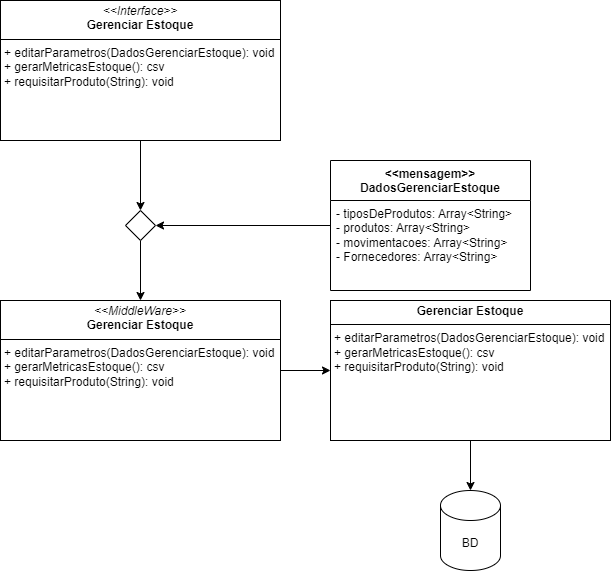
The draw.io diagram design/UMLGerenciarEstoque.drawio.png in WolWolffz/ThuderBass_Stock, before a commit. Source tidied: cells renumbered, new cells last; positions are measured from the earlier drawing's top-left corner, leaving out a move shared by most shapes. Its diagram source:
```xml
<mxGraphModel>
  <root>
    <mxCell id="0" />
    <mxCell id="1" parent="0" />
    <mxCell id="2" style="edgeStyle=orthogonalEdgeStyle;rounded=0;jettySize=auto;html=1;entryX=0.5;entryY=0;entryDx=0;entryDy=0;" parent="1" edge="1" source="3" target="8">
      <mxGeometry relative="1" as="geometry" />
    </mxCell>
    <mxCell id="3" value="&lt;p style=&quot;margin:0px;margin-top:4px;text-align:center;&quot;&gt;&lt;i&gt;&amp;lt;&amp;lt;Interface&amp;gt;&amp;gt;&lt;/i&gt;&lt;br&gt;&lt;b&gt;Gerenciar Estoque&lt;/b&gt;&lt;/p&gt;&lt;hr size=&quot;1&quot; style=&quot;border-style:solid;&quot;&gt;&lt;p style=&quot;margin:0px;margin-left:4px;&quot;&gt;+ editarParametros(DadosGerenciarEstoque): void&lt;br&gt;&lt;/p&gt;&lt;p style=&quot;margin:0px;margin-left:4px;&quot;&gt;+ gerarMetricasEstoque(): csv&lt;/p&gt;&lt;p style=&quot;margin:0px;margin-left:4px;&quot;&gt;+ requisitarProduto(String): void&lt;/p&gt;" style="verticalAlign=top;align=left;overflow=fill;html=1;whiteSpace=wrap;" parent="1" vertex="1">
      <mxGeometry width="280" height="140" as="geometry" />
    </mxCell>
    <mxCell id="4" style="edgeStyle=orthogonalEdgeStyle;rounded=0;jettySize=auto;html=1;entryX=1;entryY=0.5;entryDx=0;entryDy=0;" parent="1" edge="1" source="5" target="8">
      <mxGeometry relative="1" as="geometry" />
    </mxCell>
    <mxCell id="5" value="&amp;lt;&amp;lt;mensagem&amp;gt;&amp;gt;&lt;div&gt;DadosGerenciarEstoque&lt;/div&gt;" style="swimlane;fontStyle=1;align=center;verticalAlign=top;horizontal=1;startSize=40;whiteSpace=wrap;html=1;" parent="1" vertex="1">
      <mxGeometry x="330" y="160" width="200" height="130" as="geometry" />
    </mxCell>
    <mxCell id="6" value="&lt;div&gt;- tiposDeProdutos: Array&amp;lt;String&amp;gt;&lt;/div&gt;&lt;div&gt;- produtos: Array&amp;lt;String&amp;gt;&lt;/div&gt;&lt;div&gt;- movimentacoes: Array&amp;lt;String&amp;gt;&lt;/div&gt;&lt;div&gt;- Fornecedores: Array&amp;lt;String&amp;gt;&lt;/div&gt;" style="text;strokeColor=none;fillColor=none;align=left;verticalAlign=top;spacingLeft=4;spacingRight=4;overflow=hidden;whiteSpace=wrap;html=1;" parent="5" vertex="1">
      <mxGeometry y="40" width="200" height="90" as="geometry" />
    </mxCell>
    <mxCell id="7" style="edgeStyle=orthogonalEdgeStyle;rounded=0;jettySize=auto;html=1;entryX=0.5;entryY=0;entryDx=0;entryDy=0;" parent="1" edge="1" source="8" target="10">
      <mxGeometry relative="1" as="geometry" />
    </mxCell>
    <mxCell id="8" style="rhombus;whiteSpace=wrap;html=1;" parent="1" vertex="1">
      <mxGeometry x="125" y="210" width="30" height="30" as="geometry" />
    </mxCell>
    <mxCell id="9" style="edgeStyle=orthogonalEdgeStyle;rounded=0;jettySize=auto;html=1;" parent="1" edge="1" source="10" target="12">
      <mxGeometry relative="1" as="geometry" />
    </mxCell>
    <mxCell id="10" value="&lt;p style=&quot;margin:0px;margin-top:4px;text-align:center;&quot;&gt;&lt;i&gt;&amp;lt;&amp;lt;MiddleWare&amp;gt;&amp;gt;&lt;/i&gt;&lt;br&gt;&lt;b&gt;Gerenciar Estoque&lt;/b&gt;&lt;/p&gt;&lt;hr size=&quot;1&quot; style=&quot;border-style:solid;&quot;&gt;&lt;p style=&quot;margin:0px;margin-left:4px;&quot;&gt;+ editarParametros(DadosGerenciarEstoque): void&lt;br&gt;&lt;/p&gt;&lt;p style=&quot;margin:0px;margin-left:4px;&quot;&gt;+ gerarMetricasEstoque(): csv&lt;/p&gt;&lt;p style=&quot;margin:0px;margin-left:4px;&quot;&gt;+ requisitarProduto(String): void&lt;/p&gt;" style="verticalAlign=top;align=left;overflow=fill;html=1;whiteSpace=wrap;" parent="1" vertex="1">
      <mxGeometry y="300" width="280" height="140" as="geometry" />
    </mxCell>
    <mxCell id="11" style="edgeStyle=orthogonalEdgeStyle;rounded=0;jettySize=auto;html=1;exitX=0.5;exitY=1;exitDx=0;exitDy=0;startArrow=none;startFill=0;" parent="1" edge="1" source="12" target="13">
      <mxGeometry relative="1" as="geometry" />
    </mxCell>
    <mxCell id="12" value="&lt;p style=&quot;margin:0px;margin-top:4px;text-align:center;&quot;&gt;&lt;b&gt;Gerenciar Estoque&lt;/b&gt;&lt;/p&gt;&lt;hr size=&quot;1&quot; style=&quot;border-style:solid;&quot;&gt;&lt;p style=&quot;margin:0px;margin-left:4px;&quot;&gt;+ editarParametros(DadosGerenciarEstoque): void&lt;br&gt;&lt;/p&gt;&lt;p style=&quot;margin:0px;margin-left:4px;&quot;&gt;+ gerarMetricasEstoque(): csv&lt;/p&gt;&lt;p style=&quot;margin:0px;margin-left:4px;&quot;&gt;+ requisitarProduto(String): void&lt;/p&gt;" style="verticalAlign=top;align=left;overflow=fill;html=1;whiteSpace=wrap;" parent="1" vertex="1">
      <mxGeometry x="330" y="300" width="280" height="140" as="geometry" />
    </mxCell>
    <mxCell id="13" value="BD" style="shape=cylinder3;whiteSpace=wrap;html=1;boundedLbl=1;backgroundOutline=1;size=15;" parent="1" vertex="1">
      <mxGeometry x="440" y="490" width="60" height="80" as="geometry" />
    </mxCell>
  </root>
</mxGraphModel>
```
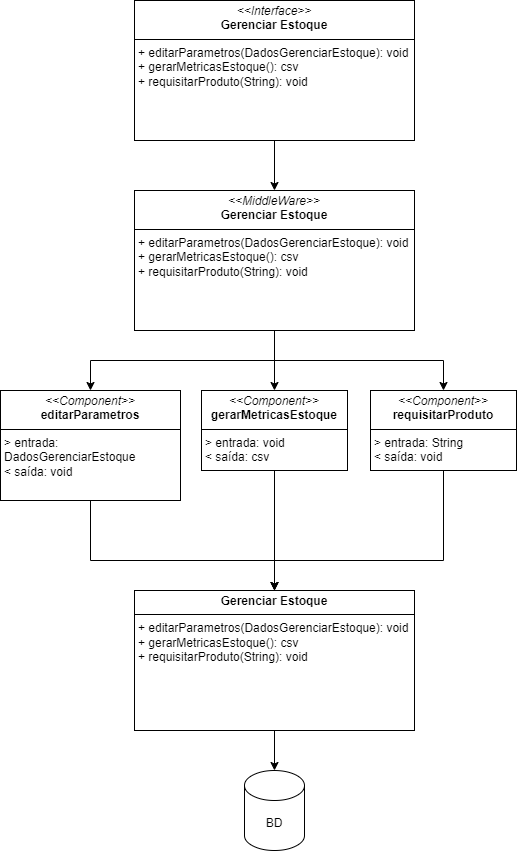
Later version of the same file.

Change to the diagram source:
```diff
@@ -2,41 +2,60 @@
   <root>
     <mxCell id="0" />
     <mxCell id="1" parent="0" />
-    <mxCell id="2" style="edgeStyle=orthogonalEdgeStyle;rounded=0;jettySize=auto;html=1;entryX=0.5;entryY=0;entryDx=0;entryDy=0;" parent="1" edge="1" source="3" target="8">
-      <mxGeometry relative="1" as="geometry" />
-    </mxCell>
+    <mxCell id="14" style="edgeStyle=orthogonalEdgeStyle;rounded=0;jettySize=auto;html=1;exitX=0.5;exitY=1;exitDx=0;exitDy=0;entryX=0.5;entryY=0;entryDx=0;entryDy=0;" parent="1" edge="1" source="3" target="10">
+      <mxGeometry relative="1" as="geometry" />
+    </mxCell>
     <mxCell id="3" value="&lt;p style=&quot;margin:0px;margin-top:4px;text-align:center;&quot;&gt;&lt;i&gt;&amp;lt;&amp;lt;Interface&amp;gt;&amp;gt;&lt;/i&gt;&lt;br&gt;&lt;b&gt;Gerenciar Estoque&lt;/b&gt;&lt;/p&gt;&lt;hr size=&quot;1&quot; style=&quot;border-style:solid;&quot;&gt;&lt;p style=&quot;margin:0px;margin-left:4px;&quot;&gt;+ editarParametros(DadosGerenciarEstoque): void&lt;br&gt;&lt;/p&gt;&lt;p style=&quot;margin:0px;margin-left:4px;&quot;&gt;+ gerarMetricasEstoque(): csv&lt;/p&gt;&lt;p style=&quot;margin:0px;margin-left:4px;&quot;&gt;+ requisitarProduto(String): void&lt;/p&gt;" style="verticalAlign=top;align=left;overflow=fill;html=1;whiteSpace=wrap;" parent="1" vertex="1">
-      <mxGeometry width="280" height="140" as="geometry" />
+      <mxGeometry x="124" y="-150" width="280" height="140" as="geometry" />
     </mxCell>
-    <mxCell id="4" style="edgeStyle=orthogonalEdgeStyle;rounded=0;jettySize=auto;html=1;entryX=1;entryY=0.5;entryDx=0;entryDy=0;" parent="1" edge="1" source="5" target="8">
-      <mxGeometry relative="1" as="geometry" />
-    </mxCell>
-    <mxCell id="5" value="&amp;lt;&amp;lt;mensagem&amp;gt;&amp;gt;&lt;div&gt;DadosGerenciarEstoque&lt;/div&gt;" style="swimlane;fontStyle=1;align=center;verticalAlign=top;horizontal=1;startSize=40;whiteSpace=wrap;html=1;" parent="1" vertex="1">
-      <mxGeometry x="330" y="160" width="200" height="130" as="geometry" />
-    </mxCell>
-    <mxCell id="6" value="&lt;div&gt;- tiposDeProdutos: Array&amp;lt;String&amp;gt;&lt;/div&gt;&lt;div&gt;- produtos: Array&amp;lt;String&amp;gt;&lt;/div&gt;&lt;div&gt;- movimentacoes: Array&amp;lt;String&amp;gt;&lt;/div&gt;&lt;div&gt;- Fornecedores: Array&amp;lt;String&amp;gt;&lt;/div&gt;" style="text;strokeColor=none;fillColor=none;align=left;verticalAlign=top;spacingLeft=4;spacingRight=4;overflow=hidden;whiteSpace=wrap;html=1;" parent="5" vertex="1">
-      <mxGeometry y="40" width="200" height="90" as="geometry" />
-    </mxCell>
-    <mxCell id="7" style="edgeStyle=orthogonalEdgeStyle;rounded=0;jettySize=auto;html=1;entryX=0.5;entryY=0;entryDx=0;entryDy=0;" parent="1" edge="1" source="8" target="10">
-      <mxGeometry relative="1" as="geometry" />
-    </mxCell>
-    <mxCell id="8" style="rhombus;whiteSpace=wrap;html=1;" parent="1" vertex="1">
-      <mxGeometry x="125" y="210" width="30" height="30" as="geometry" />
-    </mxCell>
-    <mxCell id="9" style="edgeStyle=orthogonalEdgeStyle;rounded=0;jettySize=auto;html=1;" parent="1" edge="1" source="10" target="12">
-      <mxGeometry relative="1" as="geometry" />
-    </mxCell>
+    <mxCell id="15" style="edgeStyle=orthogonalEdgeStyle;rounded=0;jettySize=auto;html=1;exitX=0.5;exitY=1;exitDx=0;exitDy=0;entryX=0.5;entryY=0;entryDx=0;entryDy=0;" parent="1" edge="1" source="10" target="19">
+      <mxGeometry relative="1" as="geometry" />
+    </mxCell>
+    <mxCell id="16" style="edgeStyle=orthogonalEdgeStyle;rounded=0;jettySize=auto;html=1;exitX=0.5;exitY=1;exitDx=0;exitDy=0;entryX=0.5;entryY=0;entryDx=0;entryDy=0;" parent="1" edge="1" source="10" target="23">
+      <mxGeometry relative="1" as="geometry" />
+    </mxCell>
+    <mxCell id="17" style="edgeStyle=orthogonalEdgeStyle;rounded=0;jettySize=auto;html=1;exitX=0.5;exitY=1;exitDx=0;exitDy=0;entryX=0.5;entryY=0;entryDx=0;entryDy=0;" parent="1" edge="1" source="10" target="21">
+      <mxGeometry relative="1" as="geometry" />
+    </mxCell>
     <mxCell id="10" value="&lt;p style=&quot;margin:0px;margin-top:4px;text-align:center;&quot;&gt;&lt;i&gt;&amp;lt;&amp;lt;MiddleWare&amp;gt;&amp;gt;&lt;/i&gt;&lt;br&gt;&lt;b&gt;Gerenciar Estoque&lt;/b&gt;&lt;/p&gt;&lt;hr size=&quot;1&quot; style=&quot;border-style:solid;&quot;&gt;&lt;p style=&quot;margin:0px;margin-left:4px;&quot;&gt;+ editarParametros(DadosGerenciarEstoque): void&lt;br&gt;&lt;/p&gt;&lt;p style=&quot;margin:0px;margin-left:4px;&quot;&gt;+ gerarMetricasEstoque(): csv&lt;/p&gt;&lt;p style=&quot;margin:0px;margin-left:4px;&quot;&gt;+ requisitarProduto(String): void&lt;/p&gt;" style="verticalAlign=top;align=left;overflow=fill;html=1;whiteSpace=wrap;" parent="1" vertex="1">
-      <mxGeometry y="300" width="280" height="140" as="geometry" />
+      <mxGeometry x="124" y="40" width="280" height="140" as="geometry" />
     </mxCell>
     <mxCell id="11" style="edgeStyle=orthogonalEdgeStyle;rounded=0;jettySize=auto;html=1;exitX=0.5;exitY=1;exitDx=0;exitDy=0;startArrow=none;startFill=0;" parent="1" edge="1" source="12" target="13">
       <mxGeometry relative="1" as="geometry" />
     </mxCell>
     <mxCell id="12" value="&lt;p style=&quot;margin:0px;margin-top:4px;text-align:center;&quot;&gt;&lt;b&gt;Gerenciar Estoque&lt;/b&gt;&lt;/p&gt;&lt;hr size=&quot;1&quot; style=&quot;border-style:solid;&quot;&gt;&lt;p style=&quot;margin:0px;margin-left:4px;&quot;&gt;+ editarParametros(DadosGerenciarEstoque): void&lt;br&gt;&lt;/p&gt;&lt;p style=&quot;margin:0px;margin-left:4px;&quot;&gt;+ gerarMetricasEstoque(): csv&lt;/p&gt;&lt;p style=&quot;margin:0px;margin-left:4px;&quot;&gt;+ requisitarProduto(String): void&lt;/p&gt;" style="verticalAlign=top;align=left;overflow=fill;html=1;whiteSpace=wrap;" parent="1" vertex="1">
-      <mxGeometry x="330" y="300" width="280" height="140" as="geometry" />
+      <mxGeometry x="124" y="440" width="280" height="140" as="geometry" />
     </mxCell>
     <mxCell id="13" value="BD" style="shape=cylinder3;whiteSpace=wrap;html=1;boundedLbl=1;backgroundOutline=1;size=15;" parent="1" vertex="1">
-      <mxGeometry x="440" y="490" width="60" height="80" as="geometry" />
+      <mxGeometry x="234" y="620" width="60" height="80" as="geometry" />
     </mxCell>
+    <mxCell id="18" style="edgeStyle=orthogonalEdgeStyle;rounded=0;jettySize=auto;html=1;exitX=0.5;exitY=1;exitDx=0;exitDy=0;entryX=0.5;entryY=0;entryDx=0;entryDy=0;" parent="1" edge="1" source="19" target="12">
+      <mxGeometry relative="1" as="geometry">
+        <Array as="points">
+          <mxPoint x="80" y="410" />
+          <mxPoint x="264" y="410" />
+        </Array>
+      </mxGeometry>
+    </mxCell>
+    <mxCell id="19" value="&lt;p style=&quot;margin:0px;margin-top:4px;text-align:center;&quot;&gt;&lt;i&gt;&amp;lt;&amp;lt;Component&amp;gt;&amp;gt;&lt;/i&gt;&lt;br&gt;&lt;b&gt;editarParametros&lt;/b&gt;&lt;/p&gt;&lt;hr size=&quot;1&quot; style=&quot;border-style:solid;&quot;&gt;&lt;p style=&quot;margin:0px;margin-left:4px;&quot;&gt;&amp;gt; entrada: DadosGerenciarEstoque&lt;/p&gt;&lt;p style=&quot;margin:0px;margin-left:4px;&quot;&gt;&amp;lt; saída: void&lt;/p&gt;" style="verticalAlign=top;align=left;overflow=fill;html=1;whiteSpace=wrap;" parent="1" vertex="1">
+      <mxGeometry x="-10" y="240" width="180" height="110" as="geometry" />
+    </mxCell>
+    <mxCell id="20" style="edgeStyle=orthogonalEdgeStyle;rounded=0;jettySize=auto;html=1;exitX=0.5;exitY=1;exitDx=0;exitDy=0;" parent="1" edge="1" source="21" target="12">
+      <mxGeometry relative="1" as="geometry">
+        <Array as="points">
+          <mxPoint x="433" y="410" />
+          <mxPoint x="264" y="410" />
+        </Array>
+      </mxGeometry>
+    </mxCell>
+    <mxCell id="21" value="&lt;p style=&quot;margin:0px;margin-top:4px;text-align:center;&quot;&gt;&lt;i&gt;&amp;lt;&amp;lt;Component&amp;gt;&amp;gt;&lt;/i&gt;&lt;br&gt;&lt;b&gt;requisitarProduto&lt;/b&gt;&lt;/p&gt;&lt;hr size=&quot;1&quot; style=&quot;border-style:solid;&quot;&gt;&lt;p style=&quot;margin:0px;margin-left:4px;&quot;&gt;&amp;gt; entrada: String&lt;/p&gt;&lt;p style=&quot;margin:0px;margin-left:4px;&quot;&gt;&amp;lt; saída: void&lt;/p&gt;" style="verticalAlign=top;align=left;overflow=fill;html=1;whiteSpace=wrap;" parent="1" vertex="1">
+      <mxGeometry x="360" y="240" width="146" height="80" as="geometry" />
+    </mxCell>
+    <mxCell id="22" style="edgeStyle=orthogonalEdgeStyle;rounded=0;jettySize=auto;html=1;exitX=0.5;exitY=1;exitDx=0;exitDy=0;" parent="1" edge="1" source="23" target="12">
+      <mxGeometry relative="1" as="geometry" />
+    </mxCell>
+    <mxCell id="23" value="&lt;p style=&quot;margin:0px;margin-top:4px;text-align:center;&quot;&gt;&lt;i&gt;&amp;lt;&amp;lt;Component&amp;gt;&amp;gt;&lt;/i&gt;&lt;br&gt;&lt;b&gt;gerarMetricasEstoque&lt;/b&gt;&lt;/p&gt;&lt;hr size=&quot;1&quot; style=&quot;border-style:solid;&quot;&gt;&lt;p style=&quot;margin:0px;margin-left:4px;&quot;&gt;&amp;gt; entrada: void&lt;/p&gt;&lt;p style=&quot;margin:0px;margin-left:4px;&quot;&gt;&lt;span style=&quot;background-color: initial;&quot;&gt;&amp;lt; saída: csv&lt;/span&gt;&lt;/p&gt;" style="verticalAlign=top;align=left;overflow=fill;html=1;whiteSpace=wrap;" parent="1" vertex="1">
+      <mxGeometry x="191" y="240" width="146" height="80" as="geometry" />
+    </mxCell>
   </root>
 </mxGraphModel>
```
